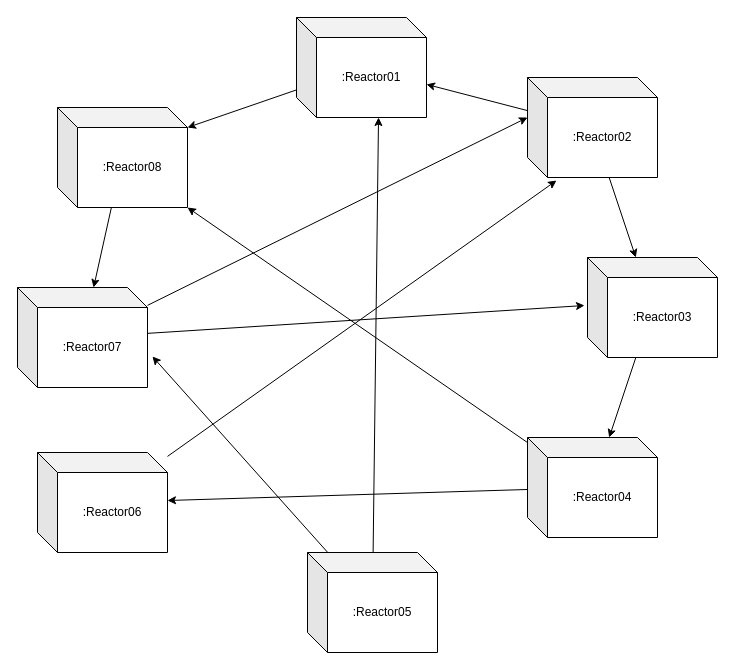
Before: Diagrams/30-Aug-2021/Shinra.drawio in Clockwick/Soft-Arch-Design, a draw.io diagram. Source tidied: cells renumbered, new cells numbered last; positions are measured from the earlier drawing's top-left corner, leaving out a move shared by most shapes. Both pictures are drawn from the tidied source at 100%, with x=0, y=0 at pixel (17, 17).
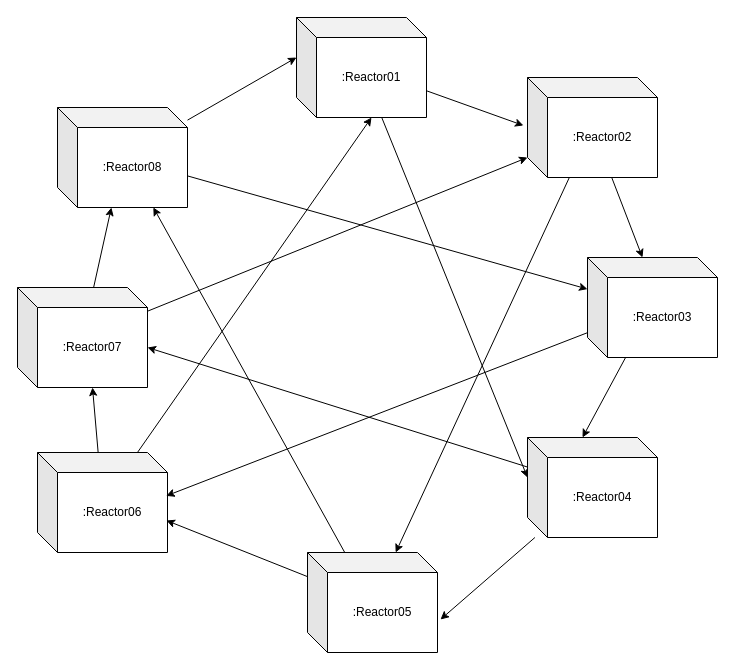
The same page after the edit.

The change refers to these unchanged cells:
```xml
<mxCell id="3" value="&lt;span&gt;:Reactor08&lt;/span&gt;" style="shape=cube;whiteSpace=wrap;html=1;boundedLbl=1;backgroundOutline=1;darkOpacity=0.05;darkOpacity2=0.1;" parent="1" vertex="1">
  <mxGeometry x="40" y="90" width="130" height="100" as="geometry" />
</mxCell>
<mxCell id="5" value=":Reactor01" style="shape=cube;whiteSpace=wrap;html=1;boundedLbl=1;backgroundOutline=1;darkOpacity=0.05;darkOpacity2=0.1;" parent="1" vertex="1">
  <mxGeometry x="279" width="130" height="100" as="geometry" />
</mxCell>
<mxCell id="8" value="&lt;span&gt;:Reactor07&lt;/span&gt;" style="shape=cube;whiteSpace=wrap;html=1;boundedLbl=1;backgroundOutline=1;darkOpacity=0.05;darkOpacity2=0.1;" parent="1" vertex="1">
  <mxGeometry y="270" width="130" height="100" as="geometry" />
</mxCell>
<mxCell id="10" value="&lt;span&gt;:Reactor06&lt;/span&gt;" style="shape=cube;whiteSpace=wrap;html=1;boundedLbl=1;backgroundOutline=1;darkOpacity=0.05;darkOpacity2=0.1;" parent="1" vertex="1">
  <mxGeometry x="20" y="435" width="130" height="100" as="geometry" />
</mxCell>
<mxCell id="13" value="&lt;span&gt;:Reactor05&lt;/span&gt;" style="shape=cube;whiteSpace=wrap;html=1;boundedLbl=1;backgroundOutline=1;darkOpacity=0.05;darkOpacity2=0.1;" parent="1" vertex="1">
  <mxGeometry x="290" y="535" width="130" height="100" as="geometry" />
</mxCell>
<mxCell id="16" value="&lt;span&gt;:Reactor04&lt;/span&gt;" style="shape=cube;whiteSpace=wrap;html=1;boundedLbl=1;backgroundOutline=1;darkOpacity=0.05;darkOpacity2=0.1;" parent="1" vertex="1">
  <mxGeometry x="510" y="420" width="130" height="100" as="geometry" />
</mxCell>
<mxCell id="19" value="&lt;span&gt;:Reactor02&lt;/span&gt;" style="shape=cube;whiteSpace=wrap;html=1;boundedLbl=1;backgroundOutline=1;darkOpacity=0.05;darkOpacity2=0.1;" parent="1" vertex="1">
  <mxGeometry x="510" y="60" width="130" height="100" as="geometry" />
</mxCell>
<mxCell id="21" value="&lt;span&gt;:Reactor03&lt;/span&gt;" style="shape=cube;whiteSpace=wrap;html=1;boundedLbl=1;backgroundOutline=1;darkOpacity=0.05;darkOpacity2=0.1;" parent="1" vertex="1">
  <mxGeometry x="570" y="240" width="130" height="100" as="geometry" />
</mxCell>
```

The edit, as a diff of the source:
```diff
@@
-    <mxCell id="2" style="edgeStyle=none;rounded=0;jettySize=auto;html=1;" parent="1" edge="1" source="3" target="8">
-      <mxGeometry relative="1" as="geometry" />
-    </mxCell>
+    <mxCell id="22" style="edgeStyle=none;rounded=0;jettySize=auto;html=1;entryX=0;entryY=0;entryDx=0;entryDy=40;entryPerimeter=0;" parent="1" edge="1" source="3" target="5">
+      <mxGeometry relative="1" as="geometry" />
+    </mxCell>
+    <mxCell id="23" style="edgeStyle=none;rounded=0;jettySize=auto;html=1;" parent="1" edge="1" source="3" target="21">
+      <mxGeometry relative="1" as="geometry" />
+    </mxCell>
@@
-    <mxCell id="4" style="edgeStyle=none;rounded=0;jettySize=auto;html=1;entryX=0;entryY=0;entryDx=130;entryDy=20;entryPerimeter=0;" parent="1" edge="1" source="5" target="3">
-      <mxGeometry relative="1" as="geometry" />
-    </mxCell>
+    <mxCell id="24" style="edgeStyle=none;rounded=0;jettySize=auto;html=1;entryX=-0.031;entryY=0.48;entryDx=0;entryDy=0;entryPerimeter=0;" parent="1" edge="1" source="5" target="19">
+      <mxGeometry relative="1" as="geometry" />
+    </mxCell>
+    <mxCell id="25" style="edgeStyle=none;rounded=0;jettySize=auto;html=1;entryX=0;entryY=0;entryDx=0;entryDy=40;entryPerimeter=0;" parent="1" edge="1" source="5" target="16">
+      <mxGeometry relative="1" as="geometry" />
+    </mxCell>
@@
+    <mxCell id="26" style="edgeStyle=none;rounded=0;jettySize=auto;html=1;" parent="1" edge="1" source="8" target="3">
+      <mxGeometry relative="1" as="geometry" />
+    </mxCell>
-    <mxCell id="6" style="rounded=0;jettySize=auto;html=1;entryX=0;entryY=0;entryDx=0;entryDy=40;entryPerimeter=0;" parent="1" edge="1" source="8" target="19">
+    <mxCell id="6" style="edgeStyle=none;rounded=0;jettySize=auto;html=1;entryX=0;entryY=0;entryDx=0;entryDy=80;entryPerimeter=0;" parent="1" edge="1" source="8" target="19">
       <mxGeometry relative="1" as="geometry" />
     </mxCell>
-    <mxCell id="7" style="edgeStyle=none;rounded=0;jettySize=auto;html=1;entryX=-0.023;entryY=0.48;entryDx=0;entryDy=0;entryPerimeter=0;" parent="1" edge="1" source="8" target="21">
-      <mxGeometry relative="1" as="geometry" />
-    </mxCell>
@@
-    <mxCell id="9" style="edgeStyle=none;rounded=0;jettySize=auto;html=1;entryX=0.223;entryY=1.03;entryDx=0;entryDy=0;entryPerimeter=0;" parent="1" edge="1" source="10" target="19">
-      <mxGeometry relative="1" as="geometry" />
-    </mxCell>
+    <mxCell id="27" style="edgeStyle=none;rounded=0;jettySize=auto;html=1;entryX=0;entryY=0;entryDx=75;entryDy=100;entryPerimeter=0;" parent="1" edge="1" source="10" target="8">
+      <mxGeometry relative="1" as="geometry" />
+    </mxCell>
+    <mxCell id="28" style="edgeStyle=none;rounded=0;jettySize=auto;html=1;entryX=0;entryY=0;entryDx=75;entryDy=100;entryPerimeter=0;" parent="1" edge="1" source="10" target="5">
+      <mxGeometry relative="1" as="geometry" />
+    </mxCell>
@@
-    <mxCell id="11" style="edgeStyle=none;rounded=0;jettySize=auto;html=1;entryX=1.038;entryY=0.69;entryDx=0;entryDy=0;entryPerimeter=0;" parent="1" edge="1" source="13" target="8">
-      <mxGeometry relative="1" as="geometry" />
-    </mxCell>
-    <mxCell id="12" style="edgeStyle=none;rounded=0;jettySize=auto;html=1;entryX=0.631;entryY=1;entryDx=0;entryDy=0;entryPerimeter=0;" parent="1" edge="1" source="13" target="5">
-      <mxGeometry relative="1" as="geometry" />
-    </mxCell>
+    <mxCell id="29" style="edgeStyle=none;rounded=0;jettySize=auto;html=1;entryX=0.992;entryY=0.68;entryDx=0;entryDy=0;entryPerimeter=0;" parent="1" edge="1" source="13" target="10">
+      <mxGeometry relative="1" as="geometry" />
+    </mxCell>
+    <mxCell id="30" style="edgeStyle=none;rounded=0;jettySize=auto;html=1;entryX=0.737;entryY=0.999;entryDx=0;entryDy=0;entryPerimeter=0;" parent="1" edge="1" source="13" target="3">
+      <mxGeometry relative="1" as="geometry" />
+    </mxCell>
@@
-    <mxCell id="14" style="edgeStyle=none;rounded=0;jettySize=auto;html=1;" parent="1" edge="1" source="16" target="10">
-      <mxGeometry relative="1" as="geometry" />
-    </mxCell>
-    <mxCell id="15" style="edgeStyle=none;rounded=0;jettySize=auto;html=1;entryX=1;entryY=1;entryDx=0;entryDy=0;entryPerimeter=0;" parent="1" edge="1" source="16" target="3">
-      <mxGeometry relative="1" as="geometry" />
-    </mxCell>
+    <mxCell id="31" style="edgeStyle=none;rounded=0;jettySize=auto;html=1;entryX=1.023;entryY=0.67;entryDx=0;entryDy=0;entryPerimeter=0;" parent="1" edge="1" source="16" target="13">
+      <mxGeometry relative="1" as="geometry" />
+    </mxCell>
+    <mxCell id="32" style="edgeStyle=none;rounded=0;jettySize=auto;html=1;entryX=0;entryY=0;entryDx=130;entryDy=60;entryPerimeter=0;" parent="1" edge="1" source="16" target="8">
+      <mxGeometry relative="1" as="geometry" />
+    </mxCell>
@@
-    <mxCell id="17" style="edgeStyle=none;rounded=0;jettySize=auto;html=1;" parent="1" edge="1" source="19" target="21">
+    <mxCell id="17" style="edgeStyle=none;rounded=0;jettySize=auto;html=1;entryX=0;entryY=0;entryDx=55;entryDy=0;entryPerimeter=0;" parent="1" edge="1" source="19" target="21">
       <mxGeometry relative="1" as="geometry" />
     </mxCell>
-    <mxCell id="18" style="edgeStyle=none;rounded=0;jettySize=auto;html=1;" parent="1" edge="1" source="19" target="5">
-      <mxGeometry relative="1" as="geometry" />
-    </mxCell>
+    <mxCell id="33" style="edgeStyle=none;rounded=0;jettySize=auto;html=1;" parent="1" edge="1" source="19" target="13">
+      <mxGeometry relative="1" as="geometry" />
+    </mxCell>
@@
-    <mxCell id="20" style="edgeStyle=none;rounded=0;jettySize=auto;html=1;" parent="1" edge="1" source="21" target="16">
+    <mxCell id="20" style="edgeStyle=none;rounded=0;jettySize=auto;html=1;entryX=0;entryY=0;entryDx=55;entryDy=0;entryPerimeter=0;" parent="1" edge="1" source="21" target="16">
       <mxGeometry relative="1" as="geometry" />
     </mxCell>
+    <mxCell id="34" style="edgeStyle=none;rounded=0;jettySize=auto;html=1;entryX=0.99;entryY=0.434;entryDx=0;entryDy=0;entryPerimeter=0;" parent="1" edge="1" source="21" target="10">
+      <mxGeometry relative="1" as="geometry" />
+    </mxCell>
```
